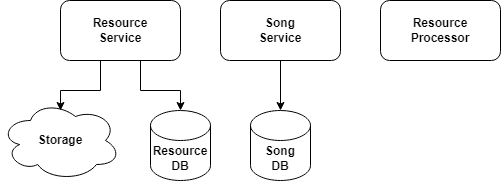
Above: microservices-fundamentals/tasks/microservice_architecture_overview/images/microservice_architecture_overview.png in Vitaly-Work/java-courses-gen-ai-bootcamp (draw.io), before the change. Source tidied: cells renumbered, new cells last; positions are measured from the earlier drawing's top-left corner, leaving out a move shared by most shapes.
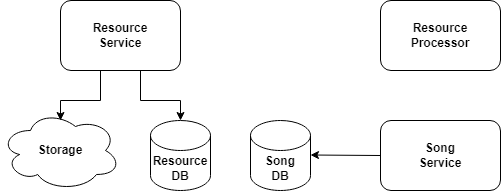
Later version of the same file.

Change to the diagram source:
```diff
@@ -3,13 +3,13 @@
     <mxCell id="0" />
     <mxCell id="1" parent="0" />
     <mxCell id="2" value="Resource&lt;br&gt;Service" style="rounded=1;whiteSpace=wrap;html=1;fontStyle=1;" parent="1" vertex="1">
-      <mxGeometry x="60" width="120" height="60" as="geometry" />
+      <mxGeometry x="60" y="-10" width="120" height="70" as="geometry" />
     </mxCell>
     <mxCell id="3" value="Song&lt;br&gt;Service" style="rounded=1;whiteSpace=wrap;html=1;fontStyle=1;" parent="1" vertex="1">
-      <mxGeometry x="220" width="120" height="60" as="geometry" />
+      <mxGeometry x="380" y="110" width="120" height="70" as="geometry" />
     </mxCell>
     <mxCell id="4" value="Resource&lt;br&gt;Processor" style="rounded=1;whiteSpace=wrap;html=1;fontStyle=1;" parent="1" vertex="1">
-      <mxGeometry x="380" width="120" height="60" as="geometry" />
+      <mxGeometry x="380" y="-10" width="120" height="70" as="geometry" />
     </mxCell>
     <mxCell id="5" value="Resource&lt;br&gt;DB" style="shape=cylinder3;whiteSpace=wrap;html=1;boundedLbl=1;backgroundOutline=1;size=15;fontStyle=1;rounded=1;" parent="1" vertex="1">
       <mxGeometry x="150" y="110" width="60" height="70" as="geometry" />
@@ -20,10 +20,10 @@
     <mxCell id="7" value="Storage" style="ellipse;shape=cloud;whiteSpace=wrap;html=1;fontStyle=1;rounded=1;" parent="1" vertex="1">
       <mxGeometry y="100" width="120" height="80" as="geometry" />
     </mxCell>
-    <mxCell id="8" style="endArrow=classic;html=1;rounded=1;" parent="1" edge="1">
+    <mxCell id="8" style="endArrow=classic;html=1;rounded=1;exitX=0;exitY=0.5;exitDx=0;exitDy=0;" parent="1" edge="1">
       <mxGeometry relative="1" as="geometry">
-        <mxPoint x="280" y="60" as="sourcePoint" />
-        <mxPoint x="280" y="110" as="targetPoint" />
+        <mxPoint x="380" y="145" as="sourcePoint" />
+        <mxPoint x="310" y="144.5" as="targetPoint" />
       </mxGeometry>
     </mxCell>
     <mxCell id="9" style="endArrow=classic;html=1;rounded=0;edgeStyle=orthogonalEdgeStyle;entryX=0.5;entryY=0;entryDx=0;entryDy=0;entryPerimeter=0;curved=0;" parent="1" edge="1" target="5">
```
